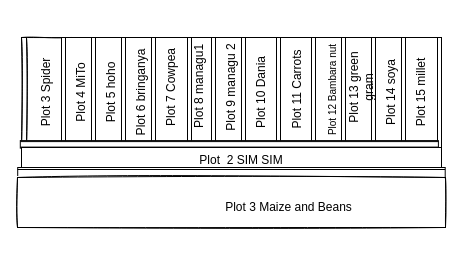
This is Untitled Diagram.drawio from charlesnyakumbo/Data_Exploration, a draw.io file, before an edit. Source tidied: cells renumbered, new cells numbered last; positions are measured from the earlier drawing's top-left corner, leaving out a move shared by most shapes. Both pictures are drawn from the tidied source at 100%, with x=0, y=0 at pixel (6, -65).
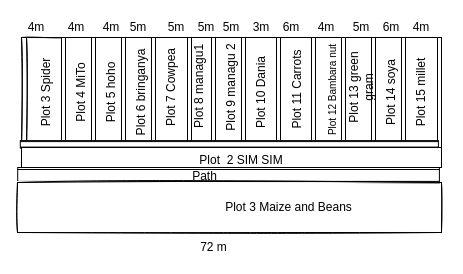
Above is the later version.

What changed in the source:
```diff
@@
     <mxCell id="17" style="shape=process;whiteSpace=wrap;html=1;backgroundOutline=1;rotation=90;" parent="1" vertex="1">
-      <mxGeometry x="217" y="26.2" width="15.9" height="427.5" as="geometry" />
+      <mxGeometry x="214.1" y="29.1" width="15.9" height="421.7" as="geometry" />
     </mxCell>
     <mxCell id="18" style="rounded=0;whiteSpace=wrap;html=1;shadow=0;sketch=1;fillColor=#FFFFFF;" parent="1" vertex="1">
-      <mxGeometry x="11" y="242" width="428" height="50" as="geometry" />
+      <mxGeometry x="11" y="247" width="424" height="50" as="geometry" />
     </mxCell>
@@
+    <mxCell id="34" value="72 m" style="text;html=1;strokeColor=none;fillColor=none;align=center;verticalAlign=middle;whiteSpace=wrap;rounded=0;shadow=0;sketch=1;" parent="1" vertex="1">
+      <mxGeometry x="115" y="302" width="185" height="20" as="geometry" />
+    </mxCell>
+    <mxCell id="35" value="4m" style="text;html=1;strokeColor=none;fillColor=none;align=center;verticalAlign=middle;whiteSpace=wrap;rounded=0;shadow=0;sketch=1;" parent="1" vertex="1">
+      <mxGeometry x="15" y="82" width="30" height="20" as="geometry" />
+    </mxCell>
+    <mxCell id="36" value="4m" style="text;html=1;strokeColor=none;fillColor=none;align=center;verticalAlign=middle;whiteSpace=wrap;rounded=0;shadow=0;sketch=1;" parent="1" vertex="1">
+      <mxGeometry x="90" y="82" width="30" height="20" as="geometry" />
+    </mxCell>
+    <mxCell id="37" value="4m" style="text;html=1;strokeColor=none;fillColor=none;align=center;verticalAlign=middle;whiteSpace=wrap;rounded=0;shadow=0;sketch=1;" parent="1" vertex="1">
+      <mxGeometry x="55" y="82" width="30" height="20" as="geometry" />
+    </mxCell>
+    <mxCell id="38" value="5m" style="text;html=1;strokeColor=none;fillColor=none;align=center;verticalAlign=middle;whiteSpace=wrap;rounded=0;shadow=0;sketch=1;" parent="1" vertex="1">
+      <mxGeometry x="116.9" y="82" width="30" height="20" as="geometry" />
+    </mxCell>
+    <mxCell id="39" value="5m" style="text;html=1;strokeColor=none;fillColor=none;align=center;verticalAlign=middle;whiteSpace=wrap;rounded=0;shadow=0;sketch=1;" parent="1" vertex="1">
+      <mxGeometry x="155" y="82" width="30" height="20" as="geometry" />
+    </mxCell>
+    <mxCell id="40" value="5m" style="text;html=1;strokeColor=none;fillColor=none;align=center;verticalAlign=middle;whiteSpace=wrap;rounded=0;shadow=0;sketch=1;" parent="1" vertex="1">
+      <mxGeometry x="185" y="82" width="30" height="20" as="geometry" />
+    </mxCell>
+    <mxCell id="41" value="5m" style="text;html=1;strokeColor=none;fillColor=none;align=center;verticalAlign=middle;whiteSpace=wrap;rounded=0;shadow=0;sketch=1;" parent="1" vertex="1">
+      <mxGeometry x="210" y="82" width="30" height="20" as="geometry" />
+    </mxCell>
+    <mxCell id="42" value="3m" style="text;html=1;strokeColor=none;fillColor=none;align=center;verticalAlign=middle;whiteSpace=wrap;rounded=0;shadow=0;sketch=1;" parent="1" vertex="1">
+      <mxGeometry x="240" y="82" width="30" height="20" as="geometry" />
+    </mxCell>
+    <mxCell id="43" value="6m" style="text;html=1;strokeColor=none;fillColor=none;align=center;verticalAlign=middle;whiteSpace=wrap;rounded=0;shadow=0;sketch=1;" parent="1" vertex="1">
+      <mxGeometry x="270" y="82" width="30" height="20" as="geometry" />
+    </mxCell>
+    <mxCell id="44" value="4m" style="text;html=1;strokeColor=none;fillColor=none;align=center;verticalAlign=middle;whiteSpace=wrap;rounded=0;shadow=0;sketch=1;" parent="1" vertex="1">
+      <mxGeometry x="305" y="82" width="30" height="20" as="geometry" />
+    </mxCell>
+    <mxCell id="45" value="5m" style="text;html=1;strokeColor=none;fillColor=none;align=center;verticalAlign=middle;whiteSpace=wrap;rounded=0;shadow=0;sketch=1;" parent="1" vertex="1">
+      <mxGeometry x="340" y="82" width="30" height="20" as="geometry" />
+    </mxCell>
+    <mxCell id="46" value="6m" style="text;html=1;strokeColor=none;fillColor=none;align=center;verticalAlign=middle;whiteSpace=wrap;rounded=0;shadow=0;sketch=1;" parent="1" vertex="1">
+      <mxGeometry x="370" y="82" width="30" height="20" as="geometry" />
+    </mxCell>
+    <mxCell id="47" value="4m" style="text;html=1;strokeColor=none;fillColor=none;align=center;verticalAlign=middle;whiteSpace=wrap;rounded=0;shadow=0;sketch=1;" parent="1" vertex="1">
+      <mxGeometry x="400" y="82" width="30" height="20" as="geometry" />
+    </mxCell>
+    <mxCell id="48" value="Path" style="text;html=1;strokeColor=none;fillColor=none;align=center;verticalAlign=middle;whiteSpace=wrap;rounded=0;shadow=0;sketch=1;" parent="1" vertex="1">
+      <mxGeometry x="138" y="231" width="121" height="20" as="geometry" />
+    </mxCell>
```
